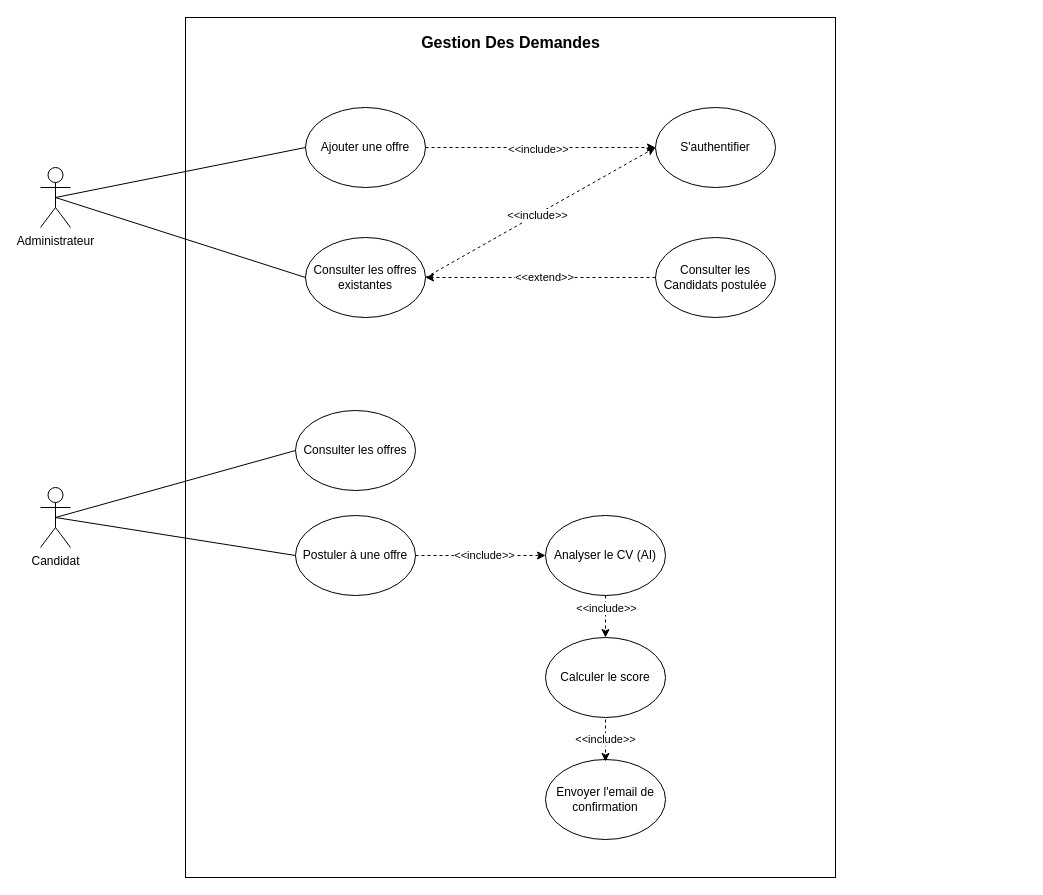
Before: Diagramme de cas d’utilisation du sprint 3.drawio in PORTAIL-RH/Portail-RH-Mobile, a draw.io diagram. Source tidied: cells renumbered, new cells numbered last; positions are measured from the earlier drawing's top-left corner, leaving out a move shared by most shapes. Both pictures are drawn from the tidied source at 100%, with x=0, y=0 at pixel (40, 17).
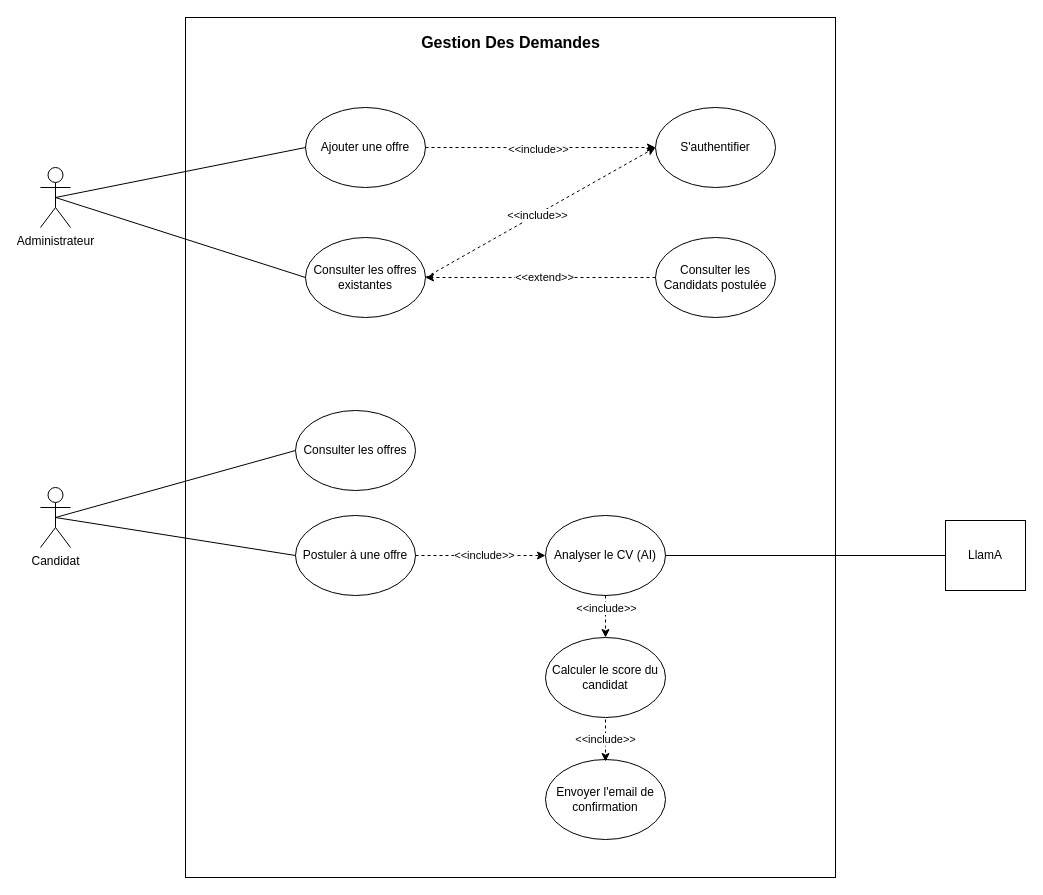
The same page after the edit.

Commit message (it also covers changes not shown here):
Mettre à jour Diagramme de cas d’utilisation du sprint 3.drawio

Unchanged cells that the change refers to:
```xml
<mxCell id="22" value="Analyser le CV (AI)" style="ellipse;whiteSpace=wrap;html=1;" parent="1" vertex="1">
  <mxGeometry x="505" y="498" width="120" height="80" as="geometry" />
</mxCell>
```

Change to the diagram source:
```diff
@@
-    <mxCell id="23" value="Calculer le score" style="ellipse;whiteSpace=wrap;html=1;" parent="1" vertex="1">
+    <mxCell id="23" value="Calculer le score du candidat" style="ellipse;whiteSpace=wrap;html=1;" parent="1" vertex="1">
       <mxGeometry x="505" y="620" width="120" height="80" as="geometry" />
     </mxCell>
@@
+    <mxCell id="31" value="LlamA" style="rounded=0;whiteSpace=wrap;html=1;" parent="1" vertex="1">
+      <mxGeometry x="905" y="503" width="80" height="70" as="geometry" />
+    </mxCell>
+    <mxCell id="32" style="endArrow=none;html=1;rounded=0;entryX=1;entryY=0.5;entryDx=0;entryDy=0;exitX=0;exitY=0.5;exitDx=0;exitDy=0;" parent="1" edge="1" source="31" target="22">
+      <mxGeometry relative="1" as="geometry" />
+    </mxCell>
```
